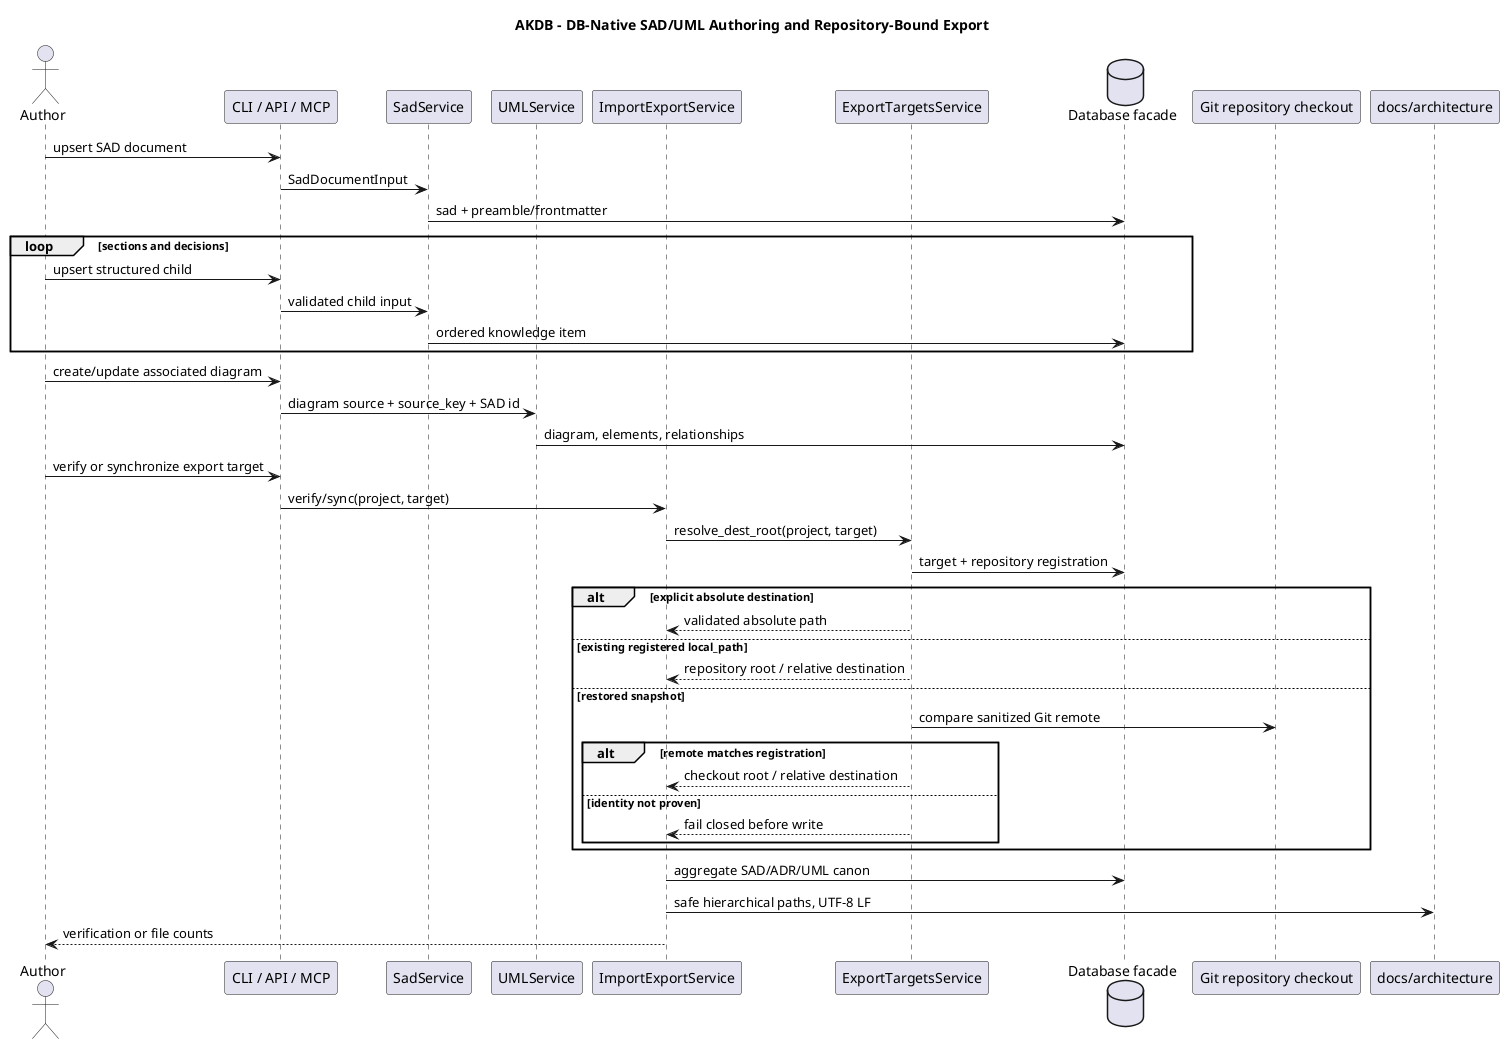
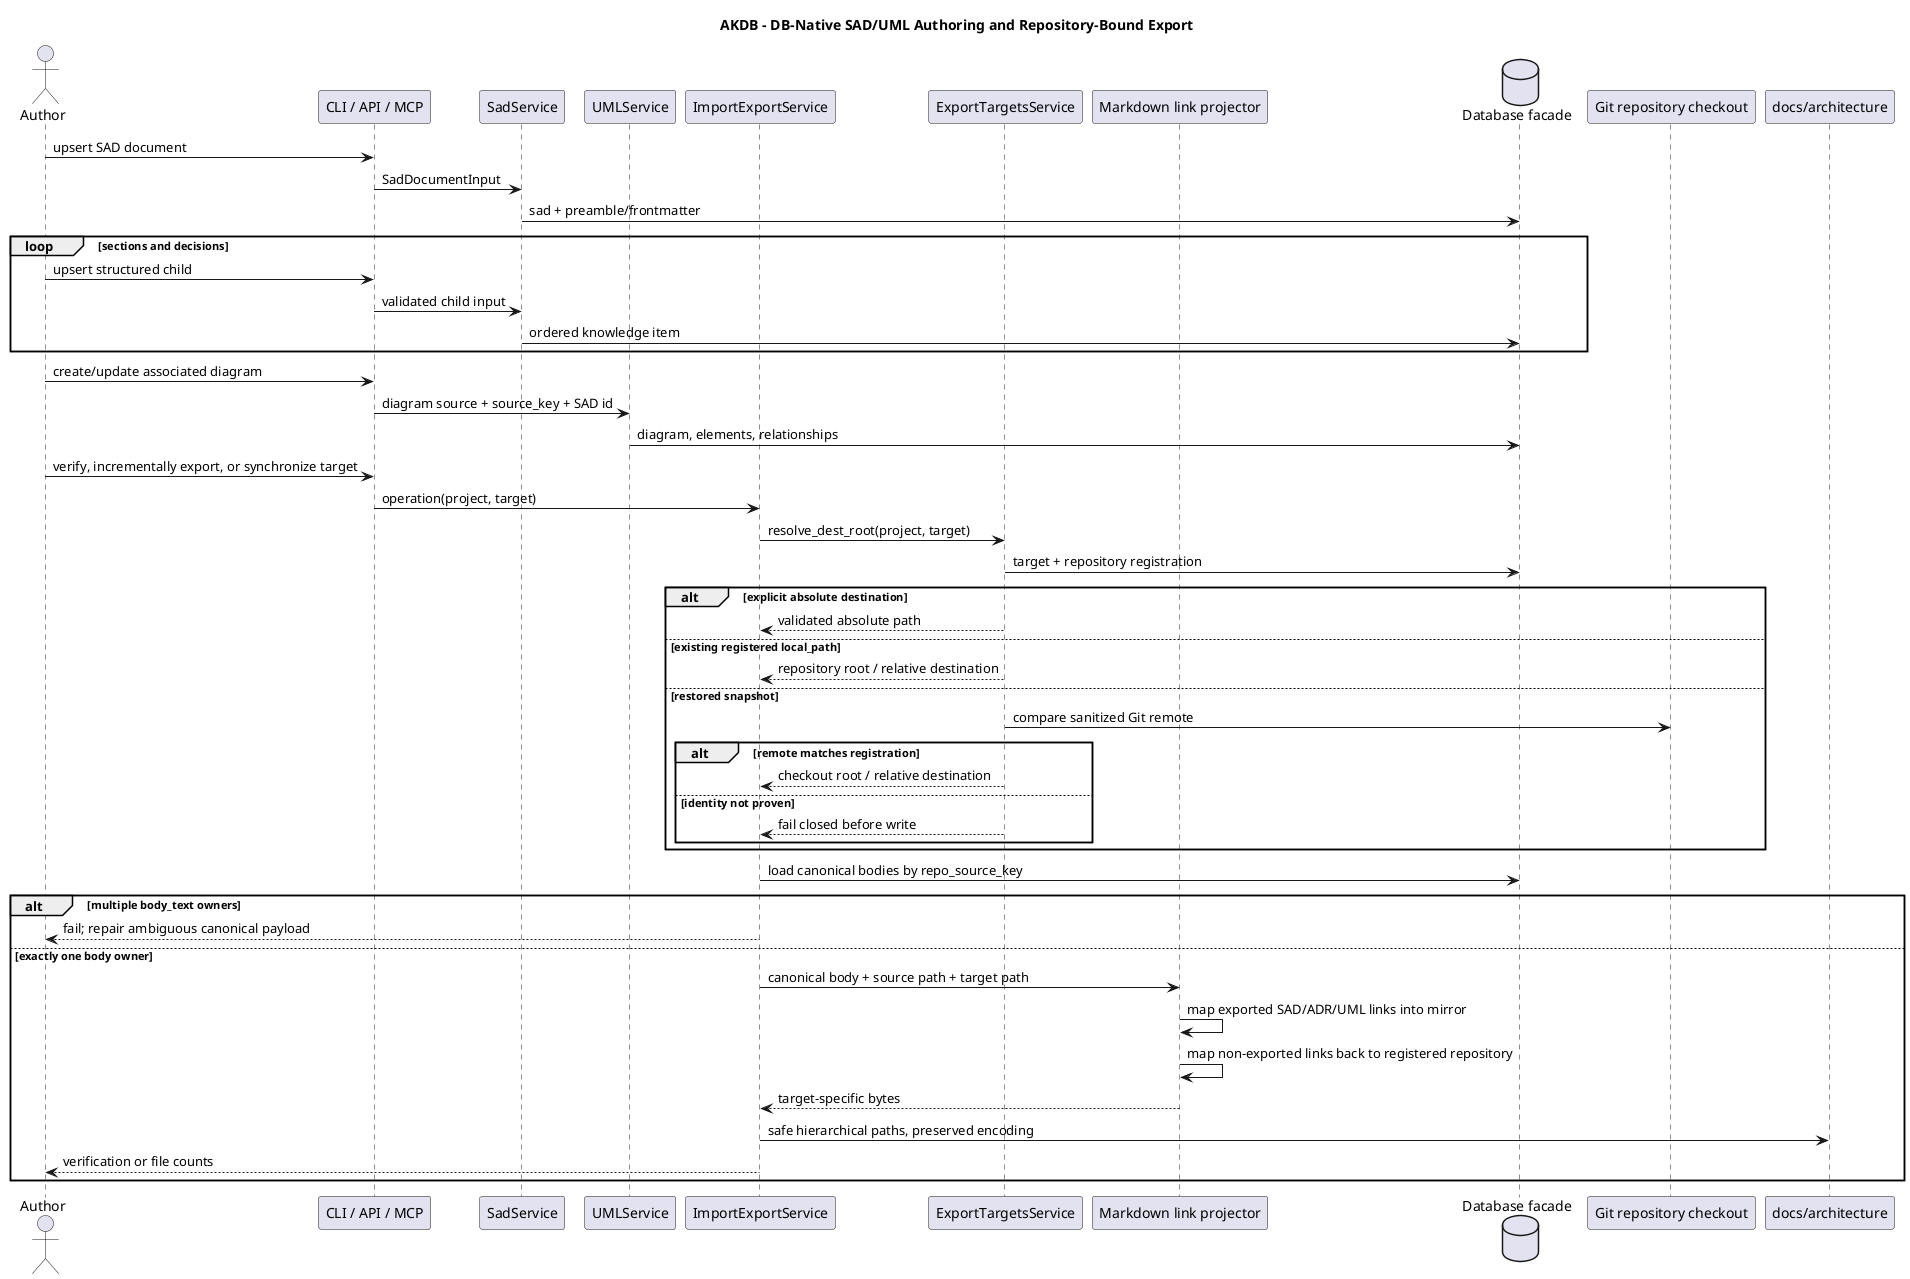
@startuml akdb-sad-export
title AKDB - DB-Native SAD/UML Authoring and Repository-Bound Export
actor Author
participant "CLI / API / MCP" as Surface
participant SadService
participant UMLService
participant ImportExportService
participant ExportTargetsService as Targets
+ participant "Markdown link projector" as Projector
database "Database facade" as DB
participant "Git repository checkout" as Repo
participant "docs/architecture" as Projection
Author -> Surface : upsert SAD document
Surface -> SadService : SadDocumentInput
SadService -> DB : sad + preamble/frontmatter
loop sections and decisions
 Author -> Surface : upsert structured child
 Surface -> SadService : validated child input
 SadService -> DB : ordered knowledge item
end
Author -> Surface : create/update associated diagram
Surface -> UMLService : diagram source + source_key + SAD id
UMLService -> DB : diagram, elements, relationships
- Author -> Surface : verify or synchronize export target
- Surface -> ImportExportService : verify/sync(project, target)
+ Author -> Surface : verify, incrementally export, or synchronize target
+ Surface -> ImportExportService : operation(project, target)
ImportExportService -> Targets : resolve_dest_root(project, target)
Targets -> DB : target + repository registration
alt explicit absolute destination
 Targets --> ImportExportService : validated absolute path
else existing registered local_path
 Targets --> ImportExportService : repository root / relative destination
else restored snapshot
 Targets -> Repo : compare sanitized Git remote
 alt remote matches registration
  Targets --> ImportExportService : checkout root / relative destination
 else identity not proven
  Targets --> ImportExportService : fail closed before write
 end
end
- ImportExportService -> DB : aggregate SAD/ADR/UML canon
- ImportExportService -> Projection : safe hierarchical paths, UTF-8 LF
- ImportExportService --> Author : verification or file counts
+ ImportExportService -> DB : load canonical bodies by repo_source_key
+ alt multiple body_text owners
+  ImportExportService --> Author : fail; repair ambiguous canonical payload
+ else exactly one body owner
+  ImportExportService -> Projector : canonical body + source path + target path
+  Projector -> Projector : map exported SAD/ADR/UML links into mirror
+  Projector -> Projector : map non-exported links back to registered repository
+  Projector --> ImportExportService : target-specific bytes
+  ImportExportService -> Projection : safe hierarchical paths, preserved encoding
+  ImportExportService --> Author : verification or file counts
+ end
@enduml
